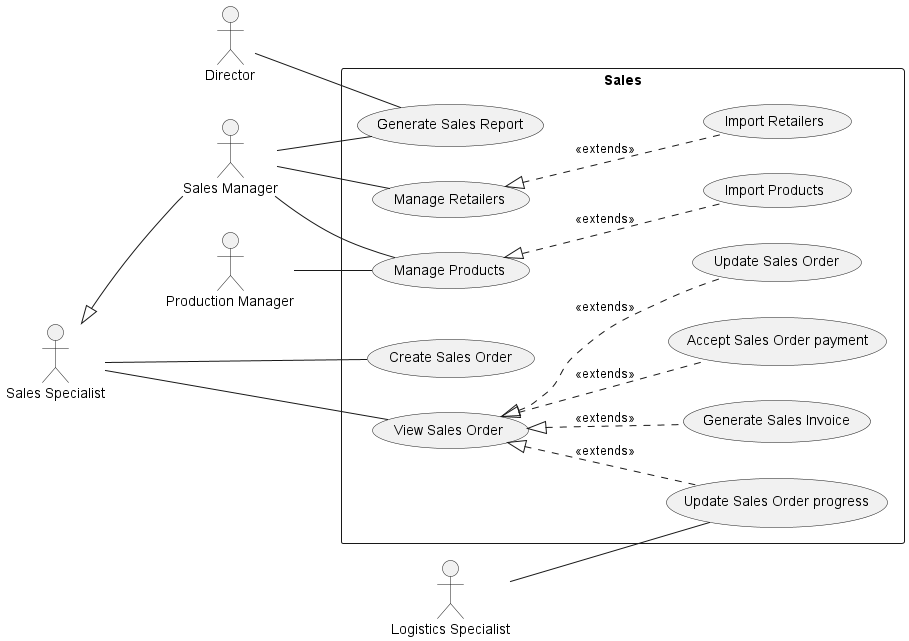
Above: use-cases/Sales.png in phihungha/scmss-reqs (PlantUML), before the change.
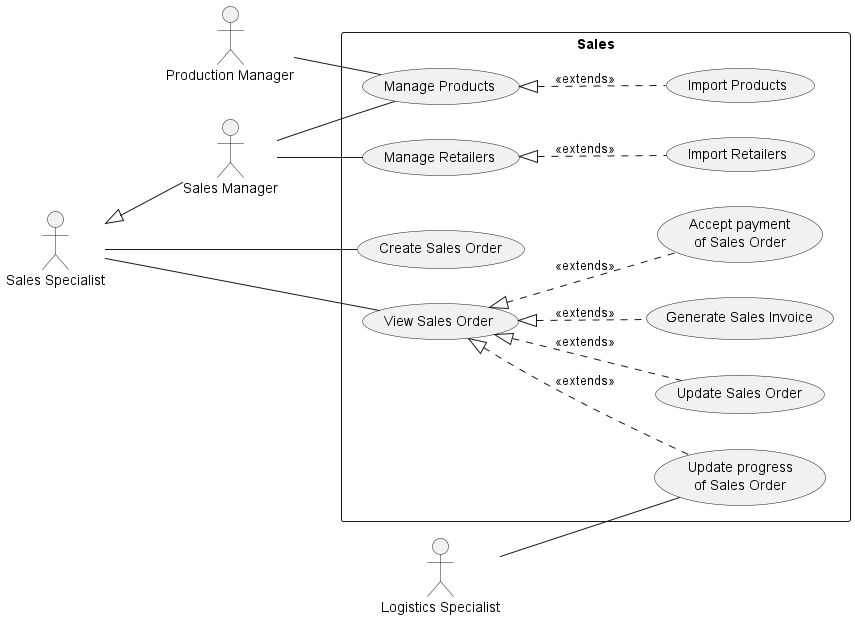
After the commit.

Change to the diagram source:
```diff
@@ -1,7 +1,6 @@
 @startuml sales
 left to right direction
 
-:Director: as d
 
 :Production Manager: as pm
 
@@ -15,13 +14,11 @@
     s -- (Create Sales Order)
     s -- (View Sales Order)
     (View Sales Order) <|.. (Update Sales Order) : <<extends>>
-    (View Sales Order) <|.. (Update Sales Order progress) : <<extends>>
-    ls -- (Update Sales Order progress)
+    (View Sales Order) <|.. (Update progress\nof Sales Order) : <<extends>>
+    ls -- (Update progress\nof Sales Order)
     (View Sales Order) <|.. (Generate Sales Invoice) : <<extends>>
-    (View Sales Order) <|.. (Accept Sales Order payment) : <<extends>>
+    (View Sales Order) <|.. (Accept payment\nof Sales Order) : <<extends>>
 
-    sm -- (Generate Sales Report)
-    d -- (Generate Sales Report)
     pm -- (Manage Products)
     sm -- (Manage Products)
     (Manage Products) <|.. (Import Products) : <<extends>>
```
